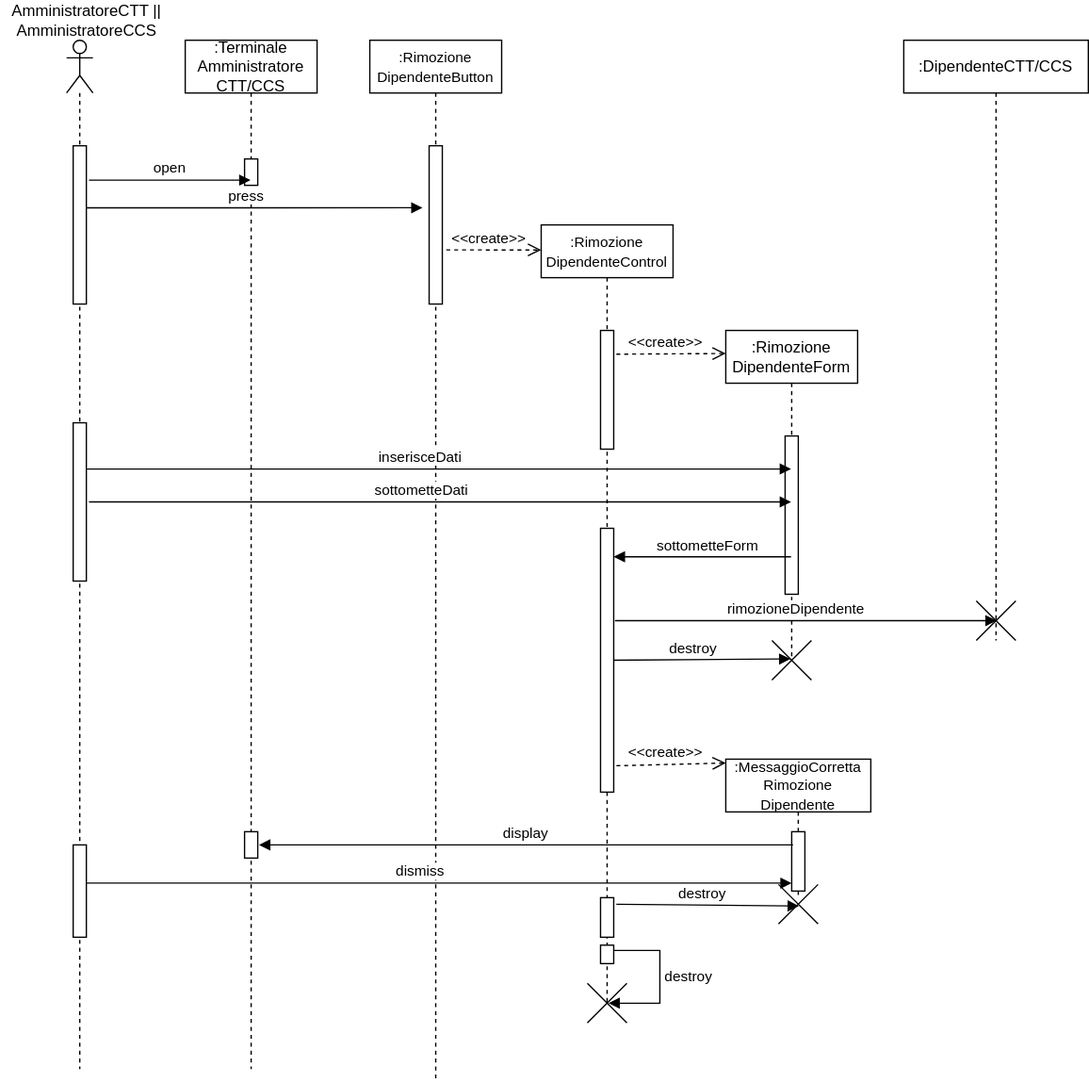
MarcoRuta/Sistema-gestione-CCS-CTT-UnaRegione keeps this draw.io diagram as System Definition/Editabili/Sequence diagrams/.svg/RimozioneDipendenteCTT_CCS.svg. Above is the earlier version. Source tidied: cells renumbered, new cells last; positions are measured from the earlier drawing's top-left corner, leaving out a move shared by most shapes.
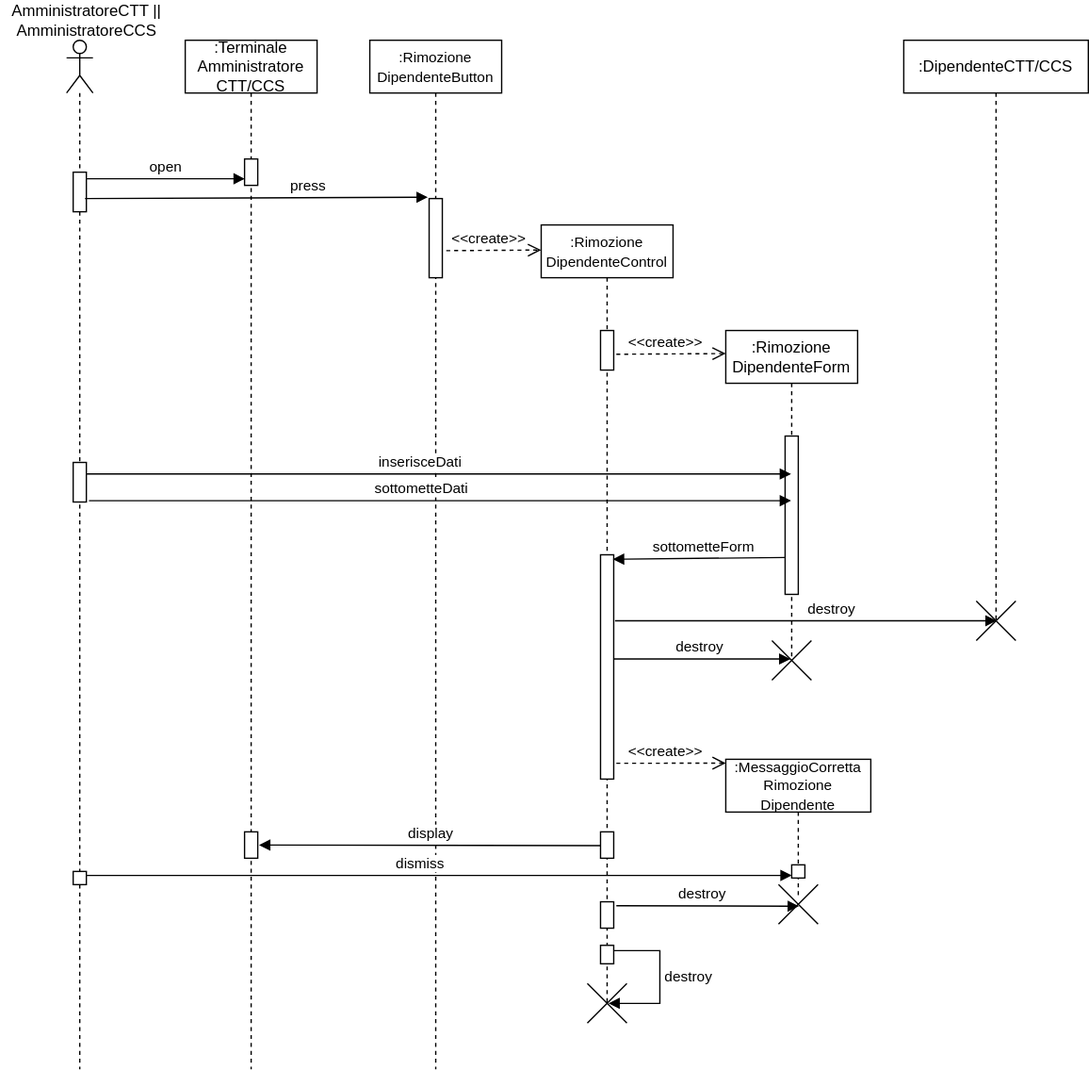
Above is the later version.

What changed in the source:
```diff
@@ -6,13 +6,13 @@
       <mxGeometry x="50" y="30" width="20" height="780" as="geometry" />
     </mxCell>
     <mxCell id="3" style="html=1;points=[];perimeter=orthogonalPerimeter;" parent="2" vertex="1">
-      <mxGeometry x="5" y="80" width="10" height="120" as="geometry" />
+      <mxGeometry x="5" y="100" width="10" height="30" as="geometry" />
     </mxCell>
     <mxCell id="4" style="html=1;points=[];perimeter=orthogonalPerimeter;" parent="2" vertex="1">
-      <mxGeometry x="5" y="290" width="10" height="120" as="geometry" />
+      <mxGeometry x="5" y="320" width="10" height="30" as="geometry" />
     </mxCell>
     <mxCell id="5" style="html=1;points=[];perimeter=orthogonalPerimeter;" parent="2" vertex="1">
-      <mxGeometry x="5" y="610" width="10" height="70" as="geometry" />
+      <mxGeometry x="5" y="630" width="10" height="10" as="geometry" />
     </mxCell>
     <mxCell id="6" value="destroy" style="edgeStyle=orthogonalEdgeStyle;html=1;align=left;spacingLeft=2;endArrow=block;rounded=0;" parent="1" edge="1">
       <mxGeometry relative="1" as="geometry">
@@ -26,8 +26,8 @@
       </mxGeometry>
     </mxCell>
     <mxCell id="7" value="destroy" style="html=1;verticalAlign=bottom;endArrow=block;entryX=0.467;entryY=0.467;entryDx=0;entryDy=0;entryPerimeter=0;" parent="1" edge="1" target="35">
-      <mxGeometry x="-0.05" relative="1" as="geometry">
-        <mxPoint x="459" y="500" as="sourcePoint" />
+      <mxGeometry x="0.01" relative="1" as="geometry">
+        <mxPoint x="459" y="499" as="sourcePoint" />
       </mxGeometry>
     </mxCell>
     <mxCell id="8" value=":Terminale Amministratore CTT/CCS" style="shape=umlLifeline;perimeter=lifelinePerimeter;whiteSpace=wrap;html=1;outlineConnect=0;size=40;" parent="1" vertex="1">
@@ -39,18 +39,20 @@
     <mxCell id="10" style="html=1;perimeter=orthogonalPerimeter;" parent="8" vertex="1">
       <mxGeometry x="45" y="600" width="10" height="20" as="geometry" />
     </mxCell>
-    <mxCell id="11" value="open" style="html=1;verticalAlign=bottom;endArrow=block;exitX=1.2;exitY=0.217;exitDx=0;exitDy=0;exitPerimeter=0;" parent="1" edge="1" source="3" target="8">
-      <mxGeometry relative="1" as="geometry" />
+    <mxCell id="11" value="open" style="html=1;verticalAlign=bottom;endArrow=block;entryX=0.02;entryY=0.75;entryDx=0;entryDy=0;entryPerimeter=0;" parent="1" edge="1" target="9">
+      <mxGeometry relative="1" as="geometry">
+        <mxPoint x="65" y="135" as="sourcePoint" />
+      </mxGeometry>
     </mxCell>
     <mxCell id="12" value="&lt;font style=&quot;font-size: 11px&quot;&gt;:Rimozione DipendenteButton&lt;/font&gt;" style="shape=umlLifeline;perimeter=lifelinePerimeter;whiteSpace=wrap;html=1;size=40;" parent="1" vertex="1">
-      <mxGeometry x="280" y="30" width="100" height="790" as="geometry" />
+      <mxGeometry x="280" y="30" width="100" height="780" as="geometry" />
     </mxCell>
     <mxCell id="13" style="html=1;points=[];perimeter=orthogonalPerimeter;" parent="12" vertex="1">
-      <mxGeometry x="45" y="80" width="10" height="120" as="geometry" />
+      <mxGeometry x="45" y="120" width="10" height="60" as="geometry" />
     </mxCell>
-    <mxCell id="14" value="press" style="html=1;verticalAlign=bottom;endArrow=block;exitX=1;exitY=0.392;exitDx=0;exitDy=0;exitPerimeter=0;" parent="1" edge="1" source="3">
-      <mxGeometry x="-0.05" relative="1" as="geometry">
-        <mxPoint x="320" y="157" as="targetPoint" />
+    <mxCell id="14" value="press" style="html=1;verticalAlign=bottom;endArrow=block;entryX=-0.1;entryY=-0.017;entryDx=0;entryDy=0;entryPerimeter=0;" parent="1" edge="1" target="13">
+      <mxGeometry x="0.3" relative="1" as="geometry">
+        <mxPoint x="64" y="150" as="sourcePoint" />
       </mxGeometry>
     </mxCell>
     <mxCell id="15" value="&amp;lt;&amp;lt;create&amp;gt;&amp;gt;" style="html=1;verticalAlign=bottom;endArrow=open;dashed=1;endSize=8;exitX=1.3;exitY=0.658;exitDx=0;exitDy=0;exitPerimeter=0;" parent="1" edge="1" source="13">
@@ -62,13 +64,13 @@
       <mxGeometry x="410" y="170" width="100" height="590" as="geometry" />
     </mxCell>
     <mxCell id="17" style="html=1;perimeter=orthogonalPerimeter;" parent="16" vertex="1">
-      <mxGeometry x="45" y="80" width="10" height="90" as="geometry" />
+      <mxGeometry x="45" y="80" width="10" height="30" as="geometry" />
     </mxCell>
     <mxCell id="18" style="html=1;points=[];perimeter=orthogonalPerimeter;" parent="16" vertex="1">
-      <mxGeometry x="45" y="230" width="10" height="200" as="geometry" />
+      <mxGeometry x="45" y="250" width="10" height="170" as="geometry" />
     </mxCell>
     <mxCell id="19" style="html=1;perimeter=orthogonalPerimeter;" parent="16" vertex="1">
-      <mxGeometry x="45" y="510" width="10" height="30" as="geometry" />
+      <mxGeometry x="45" y="513" width="10" height="20" as="geometry" />
     </mxCell>
     <mxCell id="20" style="shape=umlDestroy;whiteSpace=wrap;html=1;strokeWidth=1;" parent="16" vertex="1">
       <mxGeometry x="35" y="575" width="30" height="30" as="geometry" />
@@ -90,32 +92,37 @@
     <mxCell id="25" value="inserisceDati" style="html=1;verticalAlign=bottom;endArrow=block;exitX=1;exitY=0.292;exitDx=0;exitDy=0;exitPerimeter=0;" parent="1" edge="1" source="4" target="22">
       <mxGeometry x="-0.05" relative="1" as="geometry" />
     </mxCell>
-    <mxCell id="26" value="sottometteDati" style="html=1;verticalAlign=bottom;endArrow=block;exitX=1.2;exitY=0.5;exitDx=0;exitDy=0;exitPerimeter=0;" parent="1" edge="1" source="4" target="22">
-      <mxGeometry x="-0.05" relative="1" as="geometry" />
+    <mxCell id="26" value="sottometteDati" style="html=1;verticalAlign=bottom;endArrow=block;exitX=1.2;exitY=0.5;exitDx=0;exitDy=0;exitPerimeter=0;" parent="1" edge="1">
+      <mxGeometry x="-0.05" relative="1" as="geometry">
+        <mxPoint x="67" y="379" as="sourcePoint" />
+        <mxPoint x="599.5" y="379" as="targetPoint" />
+      </mxGeometry>
     </mxCell>
-    <mxCell id="27" value="sottometteForm" style="html=1;verticalAlign=bottom;endArrow=block;entryX=1;entryY=0.108;entryDx=0;entryDy=0;entryPerimeter=0;" parent="1" edge="1" source="22" target="18">
+    <mxCell id="27" value="sottometteForm" style="html=1;verticalAlign=bottom;endArrow=block;entryX=0.94;entryY=0.02;entryDx=0;entryDy=0;entryPerimeter=0;exitX=-0.02;exitY=0.767;exitDx=0;exitDy=0;exitPerimeter=0;" parent="1" edge="1" source="23" target="18">
       <mxGeometry x="-0.05" relative="1" as="geometry" />
     </mxCell>
     <mxCell id="28" value=":DipendenteCTT/CCS" style="shape=umlLifeline;perimeter=lifelinePerimeter;whiteSpace=wrap;html=1;size=40;" parent="1" vertex="1">
-      <mxGeometry x="685" y="30" width="140" height="455" as="geometry" />
+      <mxGeometry x="685" y="30" width="140" height="440" as="geometry" />
     </mxCell>
     <mxCell id="29" style="shape=umlDestroy;whiteSpace=wrap;html=1;strokeWidth=1;" parent="28" vertex="1">
       <mxGeometry x="55" y="425" width="30" height="30" as="geometry" />
     </mxCell>
-    <mxCell id="30" value="rimozioneDipendente" style="html=1;verticalAlign=bottom;endArrow=block;" parent="1" edge="1">
-      <mxGeometry x="-0.05" relative="1" as="geometry">
+    <mxCell id="30" value="destroy" style="html=1;verticalAlign=bottom;endArrow=block;" parent="1" edge="1">
+      <mxGeometry x="0.13" relative="1" as="geometry">
         <mxPoint x="466" y="470" as="sourcePoint" />
         <mxPoint x="755.5" y="470" as="targetPoint" />
       </mxGeometry>
     </mxCell>
-    <mxCell id="31" value="&amp;lt;&amp;lt;create&amp;gt;&amp;gt;" style="html=1;verticalAlign=bottom;endArrow=open;dashed=1;endSize=8;exitX=1.2;exitY=0.9;exitDx=0;exitDy=0;exitPerimeter=0;entryX=0;entryY=0.028;entryDx=0;entryDy=0;entryPerimeter=0;" parent="1" edge="1" source="18" target="32">
-      <mxGeometry x="-0.11" relative="1" as="geometry" />
+    <mxCell id="31" value="&amp;lt;&amp;lt;create&amp;gt;&amp;gt;" style="html=1;verticalAlign=bottom;endArrow=open;dashed=1;endSize=8;entryX=0;entryY=0.028;entryDx=0;entryDy=0;entryPerimeter=0;" parent="1" edge="1" target="32">
+      <mxGeometry x="-0.11" relative="1" as="geometry">
+        <mxPoint x="467" y="578" as="sourcePoint" />
+      </mxGeometry>
     </mxCell>
     <mxCell id="32" value="&lt;font style=&quot;font-size: 11px&quot;&gt;:MessaggioCorretta Rimozione Dipendente&lt;/font&gt;" style="shape=umlLifeline;perimeter=lifelinePerimeter;whiteSpace=wrap;html=1;outlineConnect=0;" parent="1" vertex="1">
       <mxGeometry x="550" y="575" width="110" height="105" as="geometry" />
     </mxCell>
     <mxCell id="33" style="html=1;points=[];perimeter=orthogonalPerimeter;" parent="32" vertex="1">
-      <mxGeometry x="50" y="55" width="10" height="45" as="geometry" />
+      <mxGeometry x="50" y="80" width="10" height="10" as="geometry" />
     </mxCell>
     <mxCell id="34" style="shape=umlDestroy;whiteSpace=wrap;html=1;strokeWidth=1;" parent="32" vertex="1">
       <mxGeometry x="40" y="95" width="30" height="30" as="geometry" />
@@ -123,25 +130,24 @@
     <mxCell id="35" style="shape=umlDestroy;whiteSpace=wrap;html=1;strokeWidth=1;" parent="1" vertex="1">
       <mxGeometry x="585" y="485" width="30" height="30" as="geometry" />
     </mxCell>
-    <mxCell id="36" value="dismiss" style="html=1;verticalAlign=bottom;endArrow=block;exitX=1;exitY=0.408;exitDx=0;exitDy=0;exitPerimeter=0;" parent="1" edge="1">
-      <mxGeometry x="-0.05" relative="1" as="geometry">
-        <mxPoint x="65" y="669" as="sourcePoint" />
-        <mxPoint x="600" y="669" as="targetPoint" />
-      </mxGeometry>
+    <mxCell id="36" value="dismiss" style="html=1;verticalAlign=bottom;endArrow=block;exitX=1.02;exitY=0.303;exitDx=0;exitDy=0;exitPerimeter=0;" parent="1" edge="1" source="5" target="33">
+      <mxGeometry x="-0.05" relative="1" as="geometry" />
     </mxCell>
     <mxCell id="37" value="destroy" style="html=1;verticalAlign=bottom;endArrow=block;entryX=0.516;entryY=0.544;entryDx=0;entryDy=0;entryPerimeter=0;" parent="1" edge="1" target="34">
       <mxGeometry x="-0.05" relative="1" as="geometry">
-        <mxPoint x="467" y="685" as="sourcePoint" />
+        <mxPoint x="467" y="686" as="sourcePoint" />
       </mxGeometry>
     </mxCell>
-    <mxCell id="38" value="display" style="html=1;verticalAlign=bottom;endArrow=block;entryX=0.5;entryY=0.5;entryDx=0;entryDy=0;entryPerimeter=0;" parent="1" edge="1">
+    <mxCell id="38" value="display" style="html=1;verticalAlign=bottom;endArrow=block;entryX=0.5;entryY=0.5;entryDx=0;entryDy=0;entryPerimeter=0;exitX=0.06;exitY=0.52;exitDx=0;exitDy=0;exitPerimeter=0;" parent="1" edge="1" source="40">
       <mxGeometry relative="1" as="geometry">
-        <mxPoint x="601" y="640" as="sourcePoint" />
         <mxPoint x="196" y="640" as="targetPoint" />
       </mxGeometry>
     </mxCell>
     <mxCell id="39" value="AmministratoreCTT ||&lt;br&gt;AmministratoreCCS" style="text;html=1;align=center;verticalAlign=middle;" parent="1" vertex="1">
       <mxGeometry width="130" height="30" as="geometry" />
     </mxCell>
+    <mxCell id="40" style="html=1;points=[];perimeter=orthogonalPerimeter;" parent="1" vertex="1">
+      <mxGeometry x="455" y="630" width="10" height="20" as="geometry" />
+    </mxCell>
   </root>
 </mxGraphModel>
```
